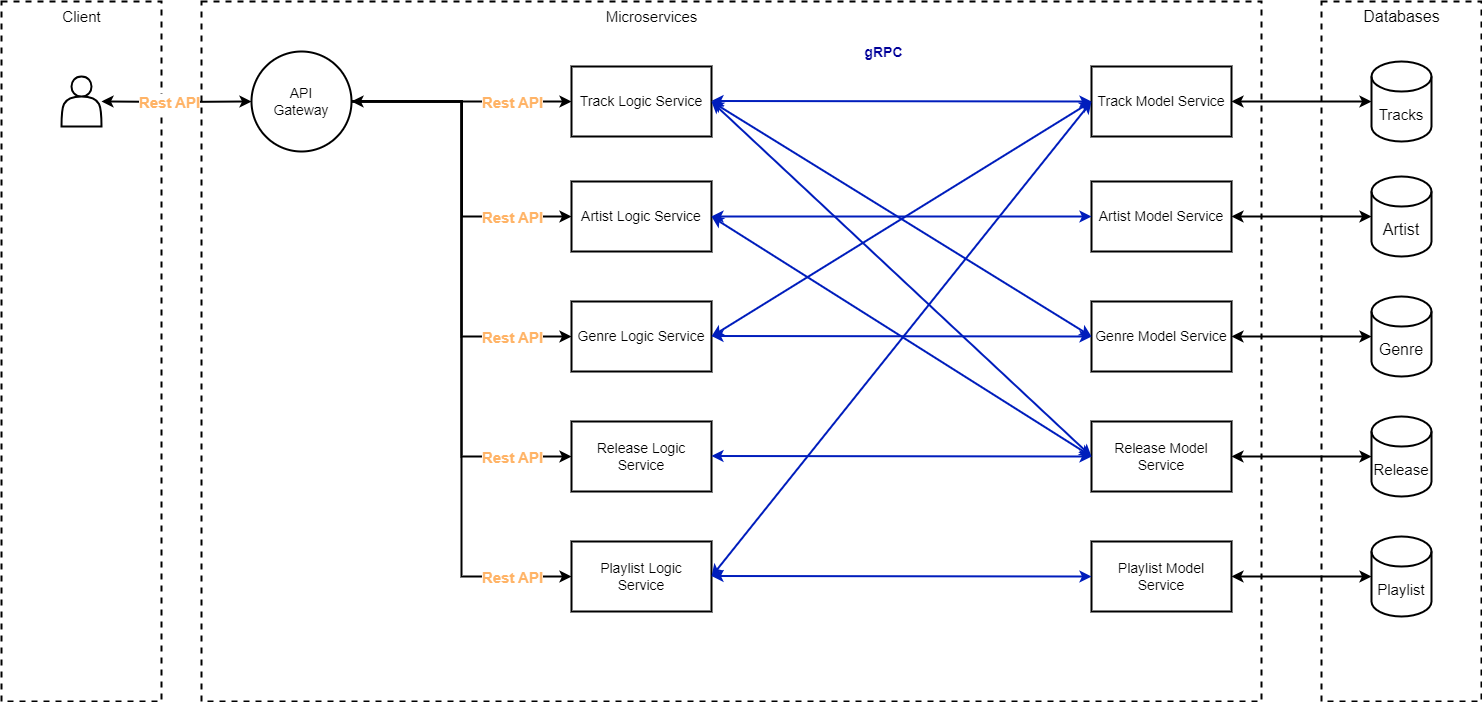
fcul-cn/group02 keeps this draw.io diagram as docs/application-architecture.png. Above is the earlier version. Source tidied: cells renumbered, new cells last; positions are measured from the earlier drawing's top-left corner, leaving out a move shared by most shapes.
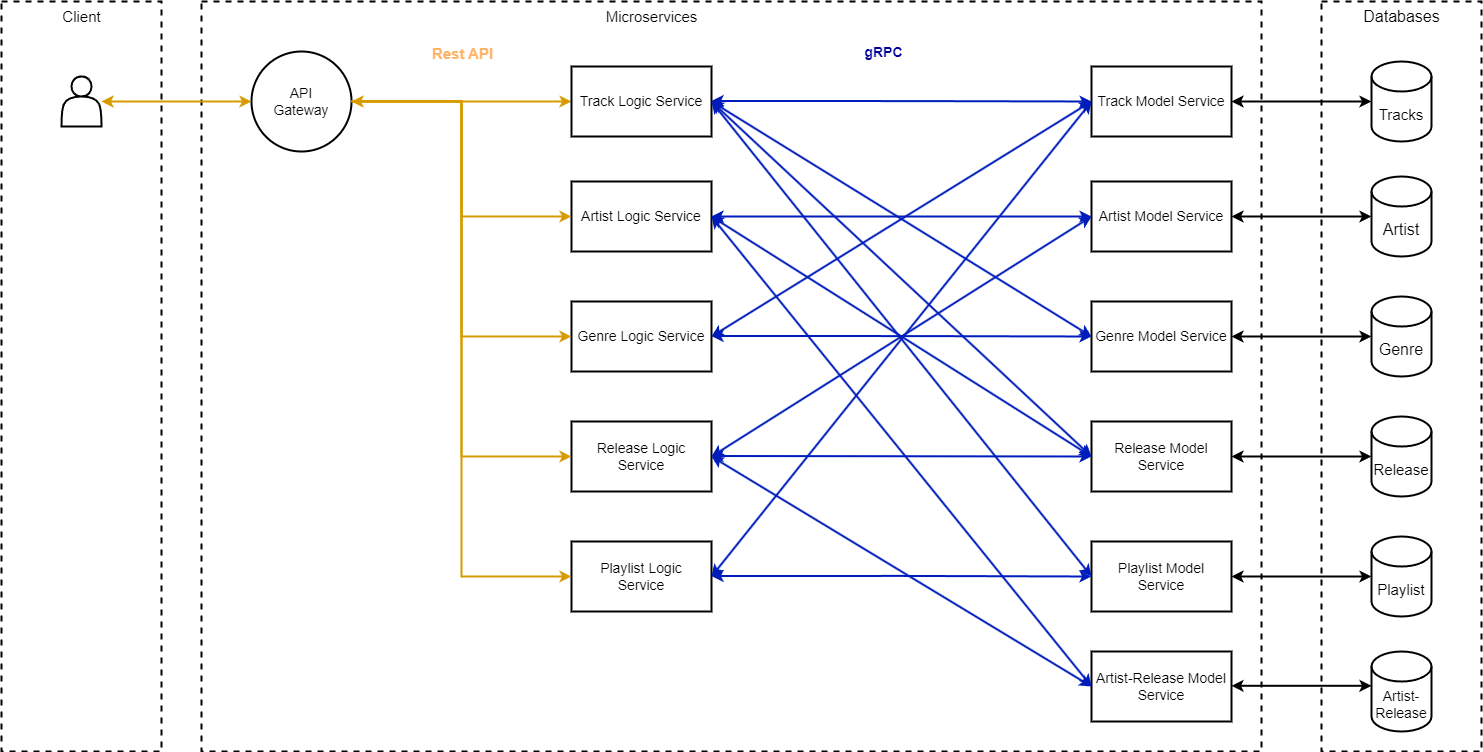
After the change.

Diff of the diagram source:
```diff
@@ -3,22 +3,17 @@
     <mxCell id="0" />
     <mxCell id="1" parent="0" />
     <mxCell id="2" style="rounded=0;whiteSpace=wrap;html=1;dashed=1;strokeWidth=2;" parent="1" vertex="1">
-      <mxGeometry x="200" width="1060" height="700" as="geometry" />
+      <mxGeometry x="200" width="1060" height="750" as="geometry" />
     </mxCell>
     <mxCell id="3" style="rounded=0;whiteSpace=wrap;html=1;dashed=1;strokeWidth=2;" parent="1" vertex="1">
-      <mxGeometry width="160" height="700" as="geometry" />
+      <mxGeometry width="160" height="750" as="geometry" />
     </mxCell>
-    <mxCell id="4" style="edgeStyle=orthogonalEdgeStyle;rounded=0;orthogonalLoop=1;jettySize=auto;html=1;exitX=1;exitY=0.5;exitDx=0;exitDy=0;entryX=0;entryY=0.5;entryDx=0;entryDy=0;strokeWidth=2;" parent="1" edge="1">
+    <mxCell id="4" style="edgeStyle=orthogonalEdgeStyle;rounded=0;orthogonalLoop=1;jettySize=auto;html=1;exitX=1;exitY=0.5;exitDx=0;exitDy=0;entryX=0;entryY=0.5;entryDx=0;entryDy=0;strokeWidth=2;fillColor=#ffe6cc;strokeColor=#d79b00;" parent="1" edge="1">
       <mxGeometry relative="1" as="geometry">
         <mxPoint x="350" y="100" as="sourcePoint" />
         <mxPoint x="570" y="100" as="targetPoint" />
       </mxGeometry>
     </mxCell>
-    <mxCell id="5" value="&lt;b&gt;&lt;font face=&quot;Helvetica&quot; color=&quot;#ffb366&quot; style=&quot;--darkreader-inline-color: #ffb061; font-size: 15px;&quot;&gt;Rest API&lt;/font&gt;&lt;/b&gt;" style="edgeLabel;html=1;align=center;verticalAlign=middle;" parent="4" vertex="1">
-      <mxGeometry x="-0.29" y="-1" relative="1" as="geometry">
-        <mxPoint x="82" y="-1" as="offset" />
-      </mxGeometry>
-    </mxCell>
     <mxCell id="6" value="&lt;div style=&quot;font-size: 14px;&quot;&gt;&lt;font style=&quot;font-size: 14px;&quot;&gt;API&lt;/font&gt;&lt;/div&gt;&lt;div style=&quot;font-size: 14px;&quot;&gt;&lt;font style=&quot;font-size: 14px;&quot;&gt;&lt;font style=&quot;font-size: 14px;&quot;&gt;Gateway&lt;/font&gt;&lt;br&gt;&lt;/font&gt;&lt;/div&gt;" style="ellipse;whiteSpace=wrap;html=1;strokeWidth=2;" parent="1" vertex="1">
       <mxGeometry x="250" y="50" width="100" height="100" as="geometry" />
     </mxCell>
@@ -47,22 +42,11 @@
     <mxCell id="13" value="&lt;font style=&quot;font-size: 15px;&quot;&gt;Client&lt;/font&gt;" style="text;html=1;align=center;verticalAlign=middle;strokeColor=none;fillColor=none;" parent="1" vertex="1">
       <mxGeometry x="50" width="60" height="30" as="geometry" />
     </mxCell>
-    <mxCell id="14" style="edgeStyle=orthogonalEdgeStyle;rounded=0;jettySize=auto;html=1;strokeWidth=2;startArrow=classic;startFill=1;entryX=0;entryY=0.5;entryDx=0;entryDy=0;" parent="1" edge="1" target="6">
+    <mxCell id="14" style="edgeStyle=orthogonalEdgeStyle;rounded=0;jettySize=auto;html=1;strokeWidth=2;startArrow=classic;startFill=1;entryX=0;entryY=0.5;entryDx=0;entryDy=0;fillColor=#ffe6cc;strokeColor=#d79b00;" parent="1" edge="1" target="6">
       <mxGeometry relative="1" as="geometry">
         <mxPoint x="100" y="100" as="sourcePoint" />
       </mxGeometry>
     </mxCell>
-    <mxCell id="15" value="Rest" style="edgeLabel;html=1;align=center;verticalAlign=middle;" parent="14" vertex="1">
-      <mxGeometry x="-0.1" y="-2" relative="1" as="geometry" />
-    </mxCell>
-    <mxCell id="16" value="&lt;font style=&quot;font-size: 13px;&quot;&gt;Text&lt;/font&gt;" style="edgeLabel;html=1;align=center;verticalAlign=middle;" parent="14" vertex="1">
-      <mxGeometry x="-0.14" y="-3" relative="1" as="geometry" />
-    </mxCell>
-    <mxCell id="17" value="&lt;b&gt;&lt;font face=&quot;Helvetica&quot; color=&quot;#ffb366&quot; style=&quot;--darkreader-inline-color: #ffb061; font-size: 15px;&quot;&gt;Rest API&lt;/font&gt;&lt;/b&gt;" style="edgeLabel;html=1;align=center;verticalAlign=middle;" parent="14" vertex="1">
-      <mxGeometry x="-0.1" y="-5" relative="1" as="geometry">
-        <mxPoint y="-5" as="offset" />
-      </mxGeometry>
-    </mxCell>
     <mxCell id="18" style="shape=actor;whiteSpace=wrap;html=1;strokeWidth=2;" parent="1" vertex="1">
       <mxGeometry x="60" y="75" width="40" height="50" as="geometry" />
     </mxCell>
@@ -87,42 +71,27 @@
     <mxCell id="25" value="&lt;font style=&quot;font-size: 14px;&quot;&gt;Playlist&amp;nbsp;Model &lt;br&gt;Service&lt;/font&gt;" style="rounded=0;whiteSpace=wrap;html=1;strokeWidth=2;" parent="1" vertex="1">
       <mxGeometry x="1090" y="540" width="140" height="70" as="geometry" />
     </mxCell>
-    <mxCell id="26" style="edgeStyle=orthogonalEdgeStyle;rounded=0;jettySize=auto;html=1;exitX=1;exitY=0.5;exitDx=0;exitDy=0;entryX=0;entryY=0.5;entryDx=0;entryDy=0;strokeWidth=2;" parent="1" edge="1" target="10">
+    <mxCell id="26" style="edgeStyle=orthogonalEdgeStyle;rounded=0;jettySize=auto;html=1;exitX=1;exitY=0.5;exitDx=0;exitDy=0;entryX=0;entryY=0.5;entryDx=0;entryDy=0;strokeWidth=2;fillColor=#ffe6cc;strokeColor=#d79b00;" parent="1" edge="1" target="10">
       <mxGeometry relative="1" as="geometry">
         <mxPoint x="350" y="99.5" as="sourcePoint" />
       </mxGeometry>
     </mxCell>
     <mxCell id="27" value="&lt;b&gt;&lt;font face=&quot;Helvetica&quot; color=&quot;#ffb366&quot; style=&quot;--darkreader-inline-color: #ffb061; font-size: 15px;&quot;&gt;Rest API&lt;/font&gt;&lt;/b&gt;" style="edgeLabel;html=1;align=center;verticalAlign=middle;" parent="26" vertex="1">
       <mxGeometry x="-0.29" y="-1" relative="1" as="geometry">
-        <mxPoint x="51" y="107" as="offset" />
+        <mxPoint x="1" y="-58" as="offset" />
       </mxGeometry>
     </mxCell>
-    <mxCell id="28" style="edgeStyle=orthogonalEdgeStyle;rounded=0;jettySize=auto;html=1;exitX=1;exitY=0.5;exitDx=0;exitDy=0;entryX=0;entryY=0.5;entryDx=0;entryDy=0;strokeWidth=2;" parent="1" edge="1" source="6" target="11">
+    <mxCell id="28" style="edgeStyle=orthogonalEdgeStyle;rounded=0;jettySize=auto;html=1;exitX=1;exitY=0.5;exitDx=0;exitDy=0;entryX=0;entryY=0.5;entryDx=0;entryDy=0;strokeWidth=2;fillColor=#ffe6cc;strokeColor=#d79b00;" parent="1" edge="1" source="6" target="11">
       <mxGeometry relative="1" as="geometry" />
     </mxCell>
-    <mxCell id="29" value="&lt;b&gt;&lt;font face=&quot;Helvetica&quot; color=&quot;#ffb366&quot; style=&quot;--darkreader-inline-color: #ffb061; font-size: 15px;&quot;&gt;Rest API&lt;/font&gt;&lt;/b&gt;" style="edgeLabel;html=1;align=center;verticalAlign=middle;" parent="28" vertex="1">
-      <mxGeometry x="-0.29" y="-1" relative="1" as="geometry">
-        <mxPoint x="51" y="183" as="offset" />
-      </mxGeometry>
-    </mxCell>
-    <mxCell id="30" style="edgeStyle=orthogonalEdgeStyle;rounded=0;jettySize=auto;html=1;exitX=1;exitY=0.5;exitDx=0;exitDy=0;entryX=0;entryY=0.5;entryDx=0;entryDy=0;strokeWidth=2;" parent="1" edge="1" source="6" target="22">
+    <mxCell id="30" style="edgeStyle=orthogonalEdgeStyle;rounded=0;jettySize=auto;html=1;exitX=1;exitY=0.5;exitDx=0;exitDy=0;entryX=0;entryY=0.5;entryDx=0;entryDy=0;strokeWidth=2;fillColor=#ffe6cc;strokeColor=#d79b00;" parent="1" edge="1" source="6" target="22">
       <mxGeometry relative="1" as="geometry" />
     </mxCell>
-    <mxCell id="31" style="edgeStyle=orthogonalEdgeStyle;rounded=0;jettySize=auto;html=1;exitX=1;exitY=0.5;exitDx=0;exitDy=0;entryX=0;entryY=0.5;entryDx=0;entryDy=0;strokeWidth=2;endArrow=classic;endFill=1;startArrow=classic;startFill=1;" parent="1" edge="1" source="6" target="23">
+    <mxCell id="31" style="edgeStyle=orthogonalEdgeStyle;rounded=0;jettySize=auto;html=1;exitX=1;exitY=0.5;exitDx=0;exitDy=0;entryX=0;entryY=0.5;entryDx=0;entryDy=0;strokeWidth=2;endArrow=classic;endFill=1;startArrow=classic;startFill=1;fillColor=#ffe6cc;strokeColor=#d79b00;" parent="1" edge="1" source="6" target="23">
       <mxGeometry relative="1" as="geometry" />
     </mxCell>
-    <mxCell id="32" value="&lt;b&gt;&lt;font face=&quot;Helvetica&quot; color=&quot;#ffb366&quot; style=&quot;--darkreader-inline-color: #ffb061; font-size: 15px;&quot;&gt;Rest API&lt;/font&gt;&lt;/b&gt;" style="edgeLabel;html=1;align=center;verticalAlign=middle;" parent="31" vertex="1">
-      <mxGeometry x="-0.29" y="-1" relative="1" as="geometry">
-        <mxPoint x="51" y="217" as="offset" />
-      </mxGeometry>
-    </mxCell>
-    <mxCell id="33" value="&lt;b&gt;&lt;font face=&quot;Helvetica&quot; color=&quot;#ffb366&quot; style=&quot;--darkreader-inline-color: #ffb061; font-size: 15px;&quot;&gt;Rest API&lt;/font&gt;&lt;/b&gt;" style="edgeLabel;html=1;align=center;verticalAlign=middle;" parent="31" vertex="1">
-      <mxGeometry x="0.77" relative="1" as="geometry">
-        <mxPoint x="21" as="offset" />
-      </mxGeometry>
-    </mxCell>
     <mxCell id="34" style="rounded=0;whiteSpace=wrap;html=1;dashed=1;strokeWidth=2;" parent="1" vertex="1">
-      <mxGeometry x="1320" width="160" height="700" as="geometry" />
+      <mxGeometry x="1320" width="160" height="750" as="geometry" />
     </mxCell>
     <mxCell id="35" value="&lt;font style=&quot;font-size: 16px;&quot;&gt;Databases&lt;/font&gt;" style="text;html=1;align=center;verticalAlign=middle;strokeColor=none;fillColor=none;" parent="1" vertex="1">
       <mxGeometry x="1350" width="100" height="30" as="geometry" />
@@ -135,7 +104,7 @@
         <mxPoint x="710" y="334.5" as="sourcePoint" />
       </mxGeometry>
     </mxCell>
-    <mxCell id="38" style="edgeStyle=orthogonalEdgeStyle;rounded=0;jettySize=auto;html=1;exitX=1;exitY=0.5;exitDx=0;exitDy=0;strokeWidth=2;entryX=0;entryY=0.5;entryDx=0;entryDy=0;startArrow=classic;startFill=1;fillColor=#0050ef;strokeColor=#001DBC;" parent="1" edge="1" target="24">
+    <mxCell id="38" style="rounded=0;jettySize=auto;html=1;exitX=1;exitY=0.5;exitDx=0;exitDy=0;strokeWidth=2;entryX=0;entryY=0.5;entryDx=0;entryDy=0;startArrow=classic;startFill=1;fillColor=#0050ef;strokeColor=#001DBC;" parent="1" edge="1" target="24">
       <mxGeometry relative="1" as="geometry">
         <mxPoint x="710" y="454.5" as="sourcePoint" />
       </mxGeometry>
@@ -190,5 +159,29 @@
     <mxCell id="54" style="rounded=0;jettySize=auto;html=1;exitX=1;exitY=0.5;exitDx=0;exitDy=0;strokeWidth=2;entryX=0;entryY=0.5;entryDx=0;entryDy=0;startArrow=classic;startFill=1;fillColor=#0050ef;strokeColor=#001DBC;" parent="1" edge="1" source="23" target="20">
       <mxGeometry relative="1" as="geometry" />
     </mxCell>
+    <mxCell id="55" value="&lt;span style=&quot;font-size: 14px;&quot;&gt;Artist-Release Model Service&lt;/span&gt;" style="rounded=0;whiteSpace=wrap;html=1;strokeWidth=2;" parent="1" vertex="1">
+      <mxGeometry x="1090" y="650" width="140" height="70" as="geometry" />
+    </mxCell>
+    <mxCell id="56" style="edgeStyle=orthogonalEdgeStyle;rounded=0;orthogonalLoop=1;jettySize=auto;html=1;exitX=1;exitY=0.5;exitDx=0;exitDy=0;entryX=0;entryY=0.5;entryDx=0;entryDy=0;entryPerimeter=0;strokeWidth=2;startArrow=classic;startFill=1;" parent="1" edge="1">
+      <mxGeometry relative="1" as="geometry">
+        <mxPoint x="1230" y="684.3" as="sourcePoint" />
+        <mxPoint x="1370" y="684.3" as="targetPoint" />
+      </mxGeometry>
+    </mxCell>
+    <mxCell id="57" value="&lt;span style=&quot;font-size: 14px;&quot;&gt;Artist-Release&lt;/span&gt;" style="shape=cylinder3;whiteSpace=wrap;html=1;boundedLbl=1;backgroundOutline=1;size=15;strokeWidth=2;" parent="1" vertex="1">
+      <mxGeometry x="1370" y="650" width="60" height="80" as="geometry" />
+    </mxCell>
+    <mxCell id="58" style="rounded=0;jettySize=auto;html=1;exitX=1;exitY=0.5;exitDx=0;exitDy=0;strokeWidth=2;entryX=0;entryY=0.5;entryDx=0;entryDy=0;startArrow=classic;startFill=1;fillColor=#0050ef;strokeColor=#001DBC;" parent="1" edge="1" source="10" target="55">
+      <mxGeometry relative="1" as="geometry" />
+    </mxCell>
+    <mxCell id="59" style="rounded=0;jettySize=auto;html=1;strokeWidth=2;entryX=0;entryY=0.5;entryDx=0;entryDy=0;startArrow=classic;startFill=1;fillColor=#0050ef;strokeColor=#001DBC;exitX=1;exitY=0.5;exitDx=0;exitDy=0;" parent="1" edge="1" source="22" target="55">
+      <mxGeometry relative="1" as="geometry" />
+    </mxCell>
+    <mxCell id="60" style="rounded=0;jettySize=auto;html=1;exitX=1;exitY=0.5;exitDx=0;exitDy=0;strokeWidth=2;entryX=0;entryY=0.5;entryDx=0;entryDy=0;startArrow=classic;startFill=1;fillColor=#0050ef;strokeColor=#001DBC;" parent="1" edge="1" source="22" target="21">
+      <mxGeometry relative="1" as="geometry" />
+    </mxCell>
+    <mxCell id="61" style="rounded=0;jettySize=auto;html=1;exitX=1;exitY=0.5;exitDx=0;exitDy=0;strokeWidth=2;entryX=0;entryY=0.5;entryDx=0;entryDy=0;startArrow=classic;startFill=1;fillColor=#0050ef;strokeColor=#001DBC;" parent="1" edge="1" source="9" target="25">
+      <mxGeometry relative="1" as="geometry" />
+    </mxCell>
   </root>
 </mxGraphModel>
```
